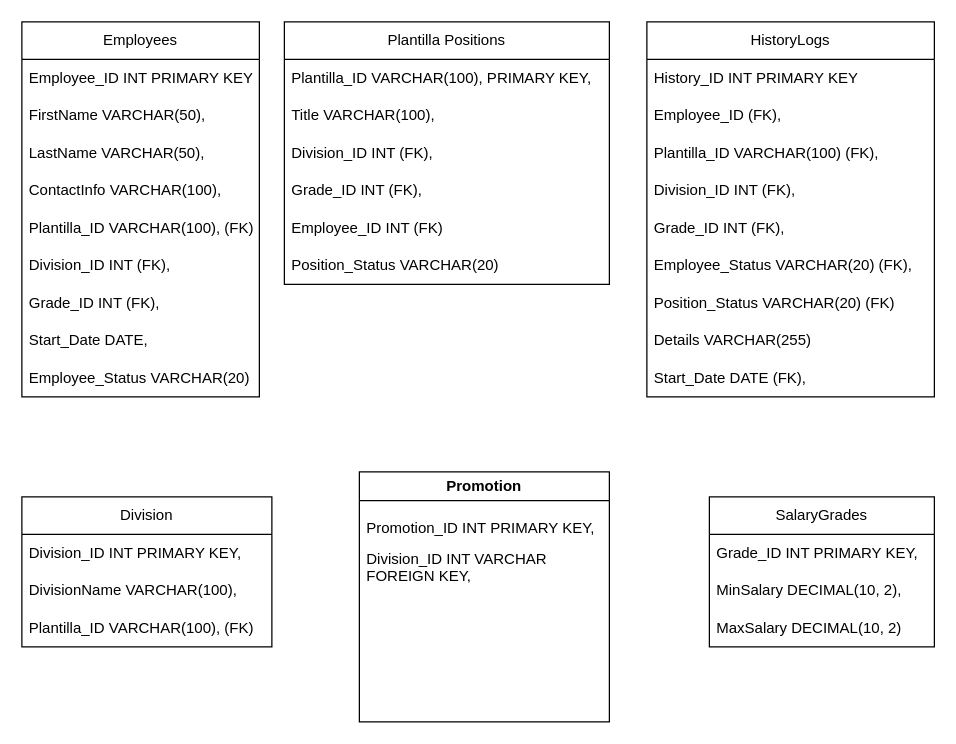
Ynn0/Plantilla keeps this draw.io diagram as Untitled Diagram.drawio. Above is the earlier version. Source tidied: cells renumbered, new cells numbered last; positions are measured from the earlier drawing's top-left corner, leaving out a move shared by most shapes. Both pictures are drawn from the tidied source at 125%, with x=0, y=0 at pixel (21, 21).
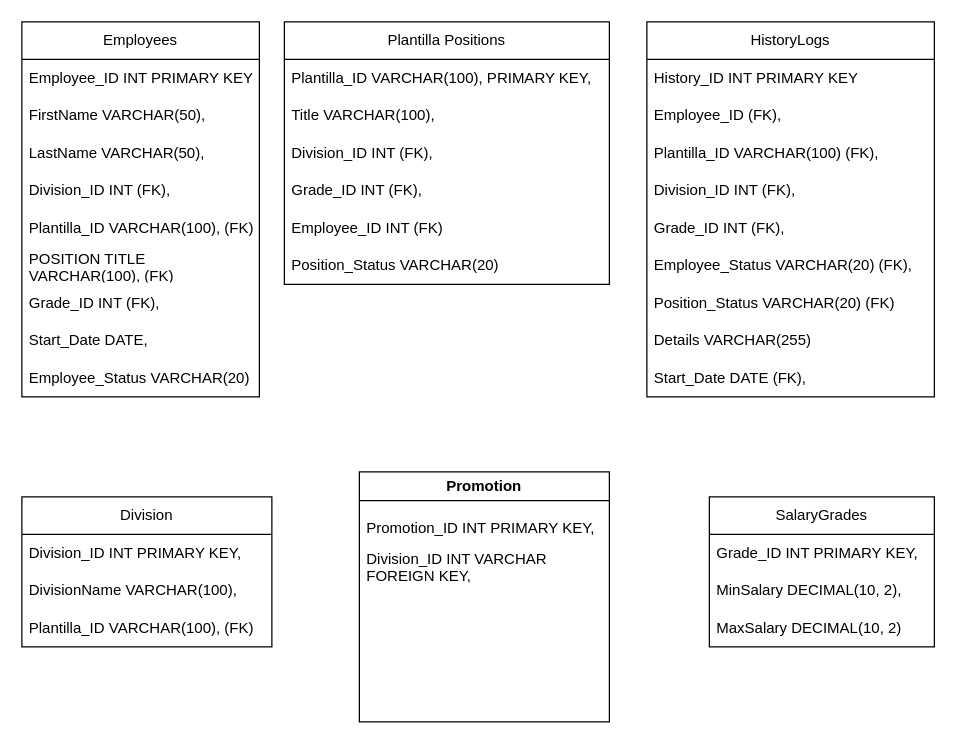
Above is the later version.

Unchanged cells that the change refers to:
```xml
<mxCell id="2" value="Employees" style="swimlane;fontStyle=0;horizontal=1;startSize=30;whiteSpace=wrap;html=1;labelBackgroundColor=none;" parent="1" vertex="1">
  <mxGeometry width="190" height="300" as="geometry" />
</mxCell>
```

Diff of the diagram source:
```diff
@@
-    <mxCell id="6" value="ContactInfo VARCHAR(100)," style="text;strokeColor=none;fillColor=none;align=left;verticalAlign=middle;spacingLeft=4;spacingRight=4;overflow=hidden;whiteSpace=wrap;html=1;labelBackgroundColor=none;" parent="2" vertex="1">
-      <mxGeometry y="120" width="190" height="30" as="geometry" />
-    </mxCell>
+    <mxCell id="8" value="Division_ID INT (FK)," style="text;strokeColor=none;fillColor=none;align=left;verticalAlign=middle;spacingLeft=4;spacingRight=4;overflow=hidden;whiteSpace=wrap;html=1;labelBackgroundColor=none;" parent="2" vertex="1">
+      <mxGeometry y="120" width="190" height="30" as="geometry" />
+    </mxCell>
@@
-    <mxCell id="8" value="Division_ID INT (FK)," style="text;strokeColor=none;fillColor=none;align=left;verticalAlign=middle;spacingLeft=4;spacingRight=4;overflow=hidden;whiteSpace=wrap;html=1;labelBackgroundColor=none;" parent="2" vertex="1">
-      <mxGeometry y="180" width="190" height="30" as="geometry" />
-    </mxCell>
+    <mxCell id="40" value="POSITION TITLE VARCHAR(100), (FK)" style="text;strokeColor=none;fillColor=none;align=left;verticalAlign=middle;spacingLeft=4;spacingRight=4;overflow=hidden;whiteSpace=wrap;html=1;labelBackgroundColor=none;" parent="2" vertex="1">
+      <mxGeometry y="180" width="190" height="30" as="geometry" />
+    </mxCell>
```
